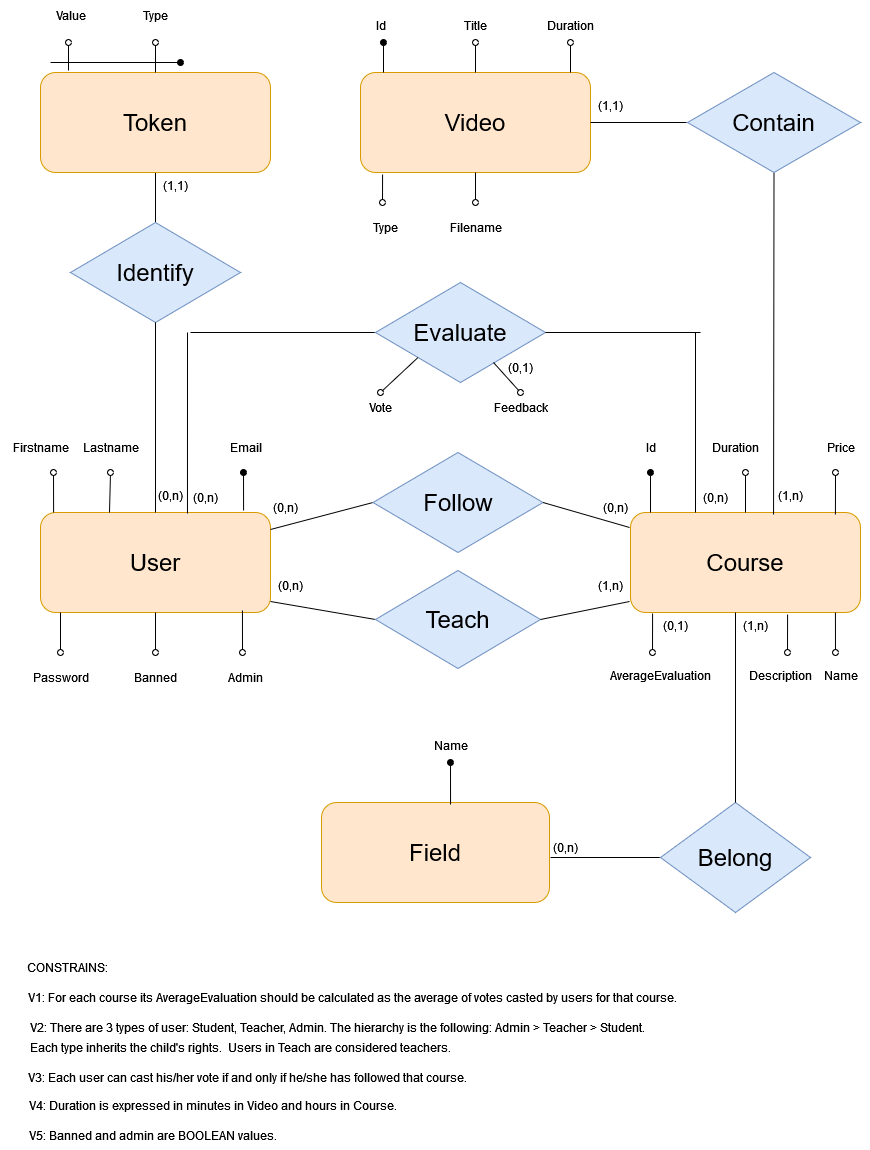
MattiaCacciatore/ProgettoSAW keeps this draw.io diagram as database/STEMazing Database ER Schema.png. Above is the earlier version. Source tidied: cells renumbered, new cells last; positions are measured from the earlier drawing's top-left corner, leaving out a move shared by most shapes.
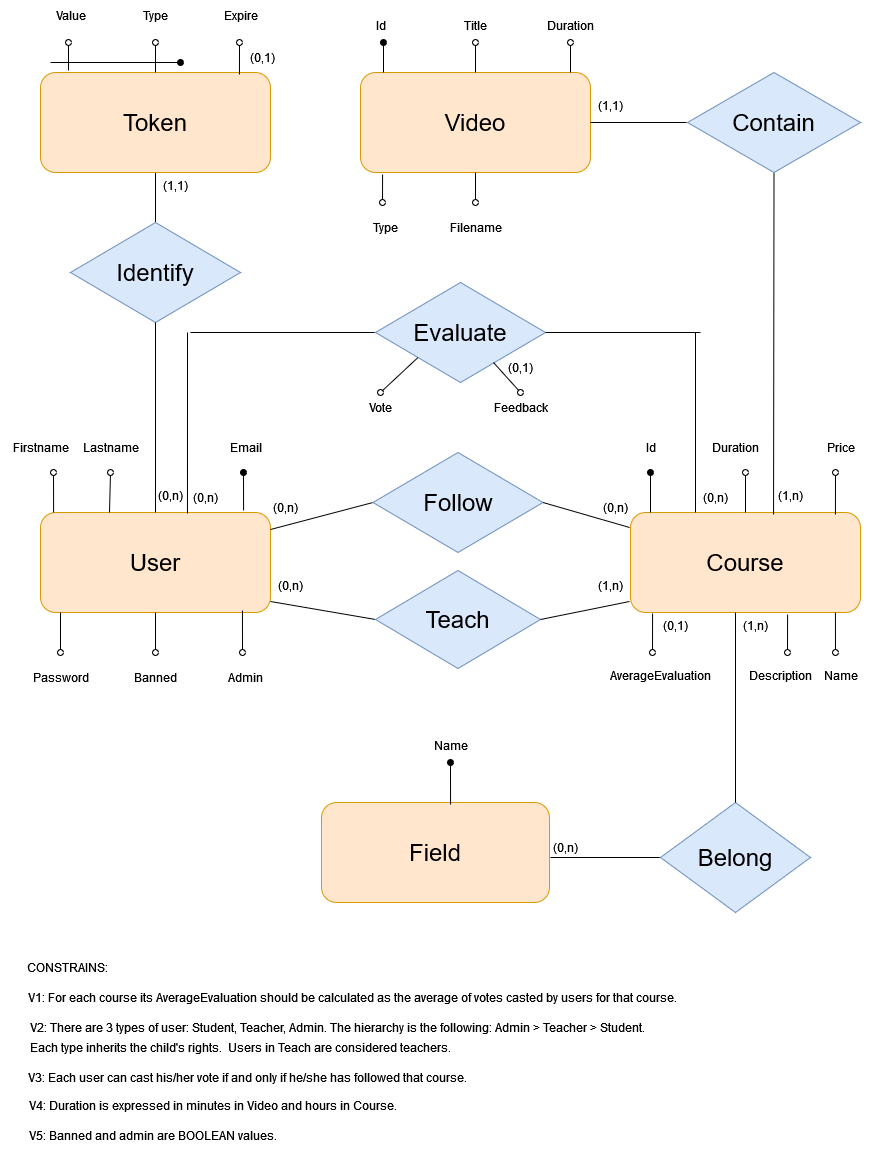
After the change.

Commit message:
Aggiornamento database.

Diff of the diagram source:
```diff
@@ -341,5 +341,16 @@
     <mxCell id="92" value="V5: Banned and admin are BOOLEAN values." style="text;html=1;align=center;verticalAlign=middle;strokeColor=none;fillColor=none;" parent="1" vertex="1">
       <mxGeometry x="17" y="1120" width="270" height="30" as="geometry" />
     </mxCell>
+    <mxCell id="93" style="endArrow=oval;html=1;rounded=0;exitX=0.865;exitY=0.02;exitDx=0;exitDy=0;exitPerimeter=0;startArrow=none;startFill=0;endFill=0;" parent="1" edge="1" source="78">
+      <mxGeometry relative="1" as="geometry">
+        <mxPoint x="239" y="42" as="targetPoint" />
+      </mxGeometry>
+    </mxCell>
+    <mxCell id="94" value="Expire" style="text;html=1;align=center;verticalAlign=middle;strokeColor=none;fillColor=none;" parent="1" vertex="1">
+      <mxGeometry x="210" width="60" height="30" as="geometry" />
+    </mxCell>
+    <mxCell id="95" value="(0,1)" style="text;html=1;align=center;verticalAlign=middle;strokeColor=none;fillColor=none;" parent="1" vertex="1">
+      <mxGeometry x="237" y="42" width="50" height="30" as="geometry" />
+    </mxCell>
   </root>
 </mxGraphModel>
```
